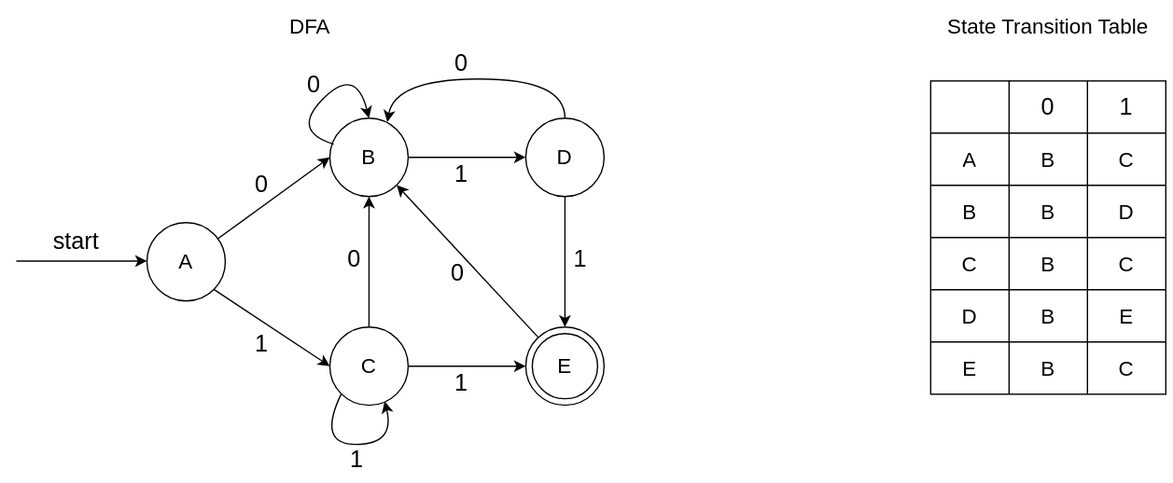
Earlier version of the draw.io export post/Implementation of a regular expression engine/image/hopcroft-0.svg (liuyunplus/yun-blog-builder). Source tidied: cells renumbered, new cells last; positions are measured from the earlier drawing's top-left corner, leaving out a move shared by most shapes. Its diagram source:
```xml
<mxGraphModel>
  <root>
    <mxCell id="0" />
    <mxCell id="1" parent="0" />
    <mxCell id="2" value="&lt;font style=&quot;font-size: 16px&quot;&gt;State Transition Table&lt;/font&gt;" style="text;html=1;strokeColor=none;fillColor=none;align=center;verticalAlign=middle;whiteSpace=wrap;rounded=0;sketch=0;" parent="1" vertex="1">
      <mxGeometry x="705" width="170" height="30" as="geometry" />
    </mxCell>
    <mxCell id="3" style="shape=table;html=1;whiteSpace=wrap;startSize=0;fontSize=16;" parent="1" vertex="1">
      <mxGeometry x="700" y="56.5" width="180" height="240" as="geometry" />
    </mxCell>
    <mxCell id="4" style="shape=partialRectangle;html=1;whiteSpace=wrap;fillColor=none;top=0;left=0;bottom=0;right=0;" parent="3" vertex="1">
      <mxGeometry width="180" height="40" as="geometry" />
    </mxCell>
    <mxCell id="5" style="shape=partialRectangle;html=1;whiteSpace=wrap;overflow=hidden;fillColor=none;top=0;left=0;bottom=0;right=0;" parent="4" vertex="1">
      <mxGeometry width="60" height="40" as="geometry" />
    </mxCell>
    <mxCell id="6" value="&lt;font style=&quot;font-size: 18px&quot;&gt;0&lt;/font&gt;" style="shape=partialRectangle;html=1;whiteSpace=wrap;overflow=hidden;fillColor=none;top=0;left=0;bottom=0;right=0;" parent="4" vertex="1">
      <mxGeometry x="60" width="60" height="40" as="geometry" />
    </mxCell>
    <mxCell id="7" value="&lt;font style=&quot;font-size: 18px&quot;&gt;1&lt;/font&gt;" style="shape=partialRectangle;html=1;whiteSpace=wrap;overflow=hidden;fillColor=none;top=0;left=0;bottom=0;right=0;" parent="4" vertex="1">
      <mxGeometry x="120" width="60" height="40" as="geometry" />
    </mxCell>
    <mxCell id="8" style="shape=partialRectangle;html=1;whiteSpace=wrap;fillColor=none;top=0;left=0;bottom=0;right=0;" parent="3" vertex="1">
      <mxGeometry y="40" width="180" height="40" as="geometry" />
    </mxCell>
    <mxCell id="9" value="A" style="shape=partialRectangle;html=1;whiteSpace=wrap;overflow=hidden;fillColor=none;top=0;left=0;bottom=0;right=0;fontSize=16;" parent="8" vertex="1">
      <mxGeometry width="60" height="40" as="geometry" />
    </mxCell>
    <mxCell id="10" value="B" style="shape=partialRectangle;html=1;whiteSpace=wrap;overflow=hidden;fillColor=none;top=0;left=0;bottom=0;right=0;fontSize=16;" parent="8" vertex="1">
      <mxGeometry x="60" width="60" height="40" as="geometry" />
    </mxCell>
    <mxCell id="11" value="C" style="shape=partialRectangle;html=1;whiteSpace=wrap;overflow=hidden;fillColor=none;top=0;left=0;bottom=0;right=0;fontSize=16;" parent="8" vertex="1">
      <mxGeometry x="120" width="60" height="40" as="geometry" />
    </mxCell>
    <mxCell id="12" style="shape=partialRectangle;html=1;whiteSpace=wrap;fillColor=none;top=0;left=0;bottom=0;right=0;" parent="3" vertex="1">
      <mxGeometry y="80" width="180" height="40" as="geometry" />
    </mxCell>
    <mxCell id="13" value="B" style="shape=partialRectangle;html=1;whiteSpace=wrap;overflow=hidden;fillColor=none;top=0;left=0;bottom=0;right=0;fontSize=16;" parent="12" vertex="1">
      <mxGeometry width="60" height="40" as="geometry" />
    </mxCell>
    <mxCell id="14" value="B" style="shape=partialRectangle;html=1;whiteSpace=wrap;overflow=hidden;fillColor=none;top=0;left=0;bottom=0;right=0;fontSize=16;" parent="12" vertex="1">
      <mxGeometry x="60" width="60" height="40" as="geometry" />
    </mxCell>
    <mxCell id="15" value="D" style="shape=partialRectangle;html=1;whiteSpace=wrap;overflow=hidden;fillColor=none;top=0;left=0;bottom=0;right=0;fontSize=16;" parent="12" vertex="1">
      <mxGeometry x="120" width="60" height="40" as="geometry" />
    </mxCell>
    <mxCell id="16" style="shape=partialRectangle;html=1;whiteSpace=wrap;fillColor=none;top=0;left=0;bottom=0;right=0;" parent="3" vertex="1">
      <mxGeometry y="120" width="180" height="40" as="geometry" />
    </mxCell>
    <mxCell id="17" value="C" style="shape=partialRectangle;html=1;whiteSpace=wrap;overflow=hidden;fillColor=none;top=0;left=0;bottom=0;right=0;fontSize=16;" parent="16" vertex="1">
      <mxGeometry width="60" height="40" as="geometry" />
    </mxCell>
    <mxCell id="18" value="B" style="shape=partialRectangle;html=1;whiteSpace=wrap;overflow=hidden;fillColor=none;top=0;left=0;bottom=0;right=0;fontSize=16;" parent="16" vertex="1">
      <mxGeometry x="60" width="60" height="40" as="geometry" />
    </mxCell>
    <mxCell id="19" value="C" style="shape=partialRectangle;html=1;whiteSpace=wrap;overflow=hidden;fillColor=none;top=0;left=0;bottom=0;right=0;fontSize=16;" parent="16" vertex="1">
      <mxGeometry x="120" width="60" height="40" as="geometry" />
    </mxCell>
    <mxCell id="20" style="shape=partialRectangle;html=1;whiteSpace=wrap;fillColor=none;top=0;left=0;bottom=0;right=0;" parent="3" vertex="1">
      <mxGeometry y="160" width="180" height="40" as="geometry" />
    </mxCell>
    <mxCell id="21" value="D" style="shape=partialRectangle;html=1;whiteSpace=wrap;overflow=hidden;fillColor=none;top=0;left=0;bottom=0;right=0;fontSize=16;" parent="20" vertex="1">
      <mxGeometry width="60" height="40" as="geometry" />
    </mxCell>
    <mxCell id="22" value="B" style="shape=partialRectangle;html=1;whiteSpace=wrap;overflow=hidden;fillColor=none;top=0;left=0;bottom=0;right=0;fontSize=16;" parent="20" vertex="1">
      <mxGeometry x="60" width="60" height="40" as="geometry" />
    </mxCell>
    <mxCell id="23" value="E" style="shape=partialRectangle;html=1;whiteSpace=wrap;overflow=hidden;fillColor=none;top=0;left=0;bottom=0;right=0;fontSize=16;" parent="20" vertex="1">
      <mxGeometry x="120" width="60" height="40" as="geometry" />
    </mxCell>
    <mxCell id="24" style="shape=partialRectangle;html=1;whiteSpace=wrap;fillColor=none;top=0;left=0;bottom=0;right=0;" parent="3" vertex="1">
      <mxGeometry y="200" width="180" height="40" as="geometry" />
    </mxCell>
    <mxCell id="25" value="E" style="shape=partialRectangle;html=1;whiteSpace=wrap;overflow=hidden;fillColor=none;top=0;left=0;bottom=0;right=0;fontSize=16;" parent="24" vertex="1">
      <mxGeometry width="60" height="40" as="geometry" />
    </mxCell>
    <mxCell id="26" value="B" style="shape=partialRectangle;html=1;whiteSpace=wrap;overflow=hidden;fillColor=none;top=0;left=0;bottom=0;right=0;fontSize=16;" parent="24" vertex="1">
      <mxGeometry x="60" width="60" height="40" as="geometry" />
    </mxCell>
    <mxCell id="27" value="C" style="shape=partialRectangle;html=1;whiteSpace=wrap;overflow=hidden;fillColor=none;top=0;left=0;bottom=0;right=0;fontSize=16;" parent="24" vertex="1">
      <mxGeometry x="120" width="60" height="40" as="geometry" />
    </mxCell>
    <mxCell id="28" value="&lt;span style=&quot;font-size: 16px&quot;&gt;DFA&lt;/span&gt;" style="text;html=1;strokeColor=none;fillColor=none;align=center;verticalAlign=middle;whiteSpace=wrap;rounded=0;sketch=0;" parent="1" vertex="1">
      <mxGeometry x="155" width="140" height="30" as="geometry" />
    </mxCell>
    <mxCell id="29" style="group;" parent="1" vertex="1">
      <mxGeometry y="30" width="450" height="329" as="geometry" />
    </mxCell>
    <mxCell id="30" style="endArrow=classic;html=1;" parent="29" edge="1">
      <mxGeometry relative="1" as="geometry">
        <mxPoint y="164.5" as="sourcePoint" />
        <mxPoint x="100" y="164.5" as="targetPoint" />
      </mxGeometry>
    </mxCell>
    <mxCell id="31" value="&lt;font style=&quot;font-size: 18px&quot;&gt;1&lt;/font&gt;" style="text;html=1;strokeColor=none;fillColor=none;align=center;verticalAlign=middle;whiteSpace=wrap;rounded=0;sketch=0;" parent="29" vertex="1">
      <mxGeometry x="246" y="304" width="30" height="25" as="geometry" />
    </mxCell>
    <mxCell id="32" value="&lt;font style=&quot;font-size: 16px&quot;&gt;A&lt;/font&gt;" style="ellipse;whiteSpace=wrap;html=1;" parent="29" vertex="1">
      <mxGeometry x="100" y="135" width="60" height="60" as="geometry" />
    </mxCell>
    <mxCell id="33" value="&lt;span style=&quot;font-size: 16px&quot;&gt;B&lt;/span&gt;" style="ellipse;whiteSpace=wrap;html=1;" parent="29" vertex="1">
      <mxGeometry x="240" y="55" width="60" height="60" as="geometry" />
    </mxCell>
    <mxCell id="34" style="rounded=0;jettySize=auto;html=1;entryX=0;entryY=0.5;entryDx=0;entryDy=0;" parent="29" edge="1" source="32" target="33">
      <mxGeometry x="100" as="geometry" />
    </mxCell>
    <mxCell id="35" style="edgeStyle=none;rounded=0;jettySize=auto;html=1;exitX=0.5;exitY=0;exitDx=0;exitDy=0;" parent="29" edge="1" source="36" target="33">
      <mxGeometry x="100" as="geometry" />
    </mxCell>
    <mxCell id="36" value="&lt;span style=&quot;font-size: 16px&quot;&gt;C&lt;/span&gt;" style="ellipse;whiteSpace=wrap;html=1;" parent="29" vertex="1">
      <mxGeometry x="240" y="215" width="60" height="60" as="geometry" />
    </mxCell>
    <mxCell id="37" style="edgeStyle=none;rounded=0;jettySize=auto;html=1;exitX=1;exitY=1;exitDx=0;exitDy=0;entryX=0;entryY=0.5;entryDx=0;entryDy=0;" parent="29" edge="1" source="32" target="36">
      <mxGeometry x="100" as="geometry" />
    </mxCell>
    <mxCell id="38" value="&lt;span style=&quot;font-size: 16px&quot;&gt;D&lt;/span&gt;" style="ellipse;whiteSpace=wrap;html=1;" parent="29" vertex="1">
      <mxGeometry x="390" y="55" width="60" height="60" as="geometry" />
    </mxCell>
    <mxCell id="39" style="edgeStyle=none;rounded=0;jettySize=auto;html=1;entryX=1;entryY=1;entryDx=0;entryDy=0;" parent="29" edge="1" source="40" target="33">
      <mxGeometry x="100" as="geometry" />
    </mxCell>
    <mxCell id="40" style="ellipse;whiteSpace=wrap;html=1;" parent="29" vertex="1">
      <mxGeometry x="390" y="215" width="60" height="60" as="geometry" />
    </mxCell>
    <mxCell id="41" value="&lt;span style=&quot;font-size: 16px&quot;&gt;E&lt;/span&gt;" style="ellipse;whiteSpace=wrap;html=1;" parent="29" vertex="1">
      <mxGeometry x="395" y="220" width="50" height="50" as="geometry" />
    </mxCell>
    <mxCell id="42" style="edgeStyle=none;rounded=0;jettySize=auto;html=1;entryX=0;entryY=0.5;entryDx=0;entryDy=0;" parent="29" edge="1" source="33" target="38">
      <mxGeometry x="100" as="geometry" />
    </mxCell>
    <mxCell id="43" style="endArrow=classic;html=1;exitX=0.5;exitY=0;exitDx=0;exitDy=0;entryX=0.733;entryY=0.05;entryDx=0;entryDy=0;curved=1;targetPerimeterSpacing=0;endSize=6;entryPerimeter=0;" parent="29" edge="1" source="38" target="33">
      <mxGeometry x="100" as="geometry">
        <Array as="points">
          <mxPoint x="420" y="25" />
          <mxPoint x="290" y="25" />
        </Array>
      </mxGeometry>
    </mxCell>
    <mxCell id="44" style="edgeStyle=none;rounded=0;jettySize=auto;html=1;exitX=1;exitY=0.5;exitDx=0;exitDy=0;entryX=0;entryY=0.5;entryDx=0;entryDy=0;" parent="29" edge="1" source="36" target="40">
      <mxGeometry x="100" as="geometry" />
    </mxCell>
    <mxCell id="45" style="curved=1;endArrow=classic;html=1;exitX=0;exitY=1;exitDx=0;exitDy=0;entryX=0.7;entryY=0.95;entryDx=0;entryDy=0;entryPerimeter=0;" parent="29" edge="1" source="36" target="36">
      <mxGeometry x="100" as="geometry">
        <Array as="points">
          <mxPoint x="230" y="305" />
          <mxPoint x="290" y="305" />
        </Array>
      </mxGeometry>
    </mxCell>
    <mxCell id="46" style="edgeStyle=none;rounded=0;jettySize=auto;html=1;entryX=0.5;entryY=0;entryDx=0;entryDy=0;" parent="29" edge="1" source="38" target="40">
      <mxGeometry x="100" as="geometry" />
    </mxCell>
    <mxCell id="47" style="curved=1;endArrow=classic;html=1;entryX=0.5;entryY=0;entryDx=0;entryDy=0;entryPerimeter=0;exitX=0.05;exitY=0.333;exitDx=0;exitDy=0;exitPerimeter=0;" parent="29" edge="1" source="33" target="33">
      <mxGeometry x="100" as="geometry">
        <Array as="points">
          <mxPoint x="210" y="65" />
          <mxPoint x="260" y="15" />
        </Array>
      </mxGeometry>
    </mxCell>
    <mxCell id="48" value="&lt;font style=&quot;font-size: 18px&quot;&gt;1&lt;/font&gt;" style="text;html=1;strokeColor=none;fillColor=none;align=center;verticalAlign=middle;whiteSpace=wrap;rounded=0;sketch=0;" parent="29" vertex="1">
      <mxGeometry x="173" y="215" width="30" height="25" as="geometry" />
    </mxCell>
    <mxCell id="49" value="&lt;span style=&quot;font-size: 18px&quot;&gt;0&lt;/span&gt;" style="text;html=1;strokeColor=none;fillColor=none;align=center;verticalAlign=middle;whiteSpace=wrap;rounded=0;sketch=0;" parent="29" vertex="1">
      <mxGeometry x="173" y="93" width="30" height="25" as="geometry" />
    </mxCell>
    <mxCell id="50" value="&lt;span style=&quot;font-size: 18px&quot;&gt;0&lt;/span&gt;" style="text;html=1;strokeColor=none;fillColor=none;align=center;verticalAlign=middle;whiteSpace=wrap;rounded=0;sketch=0;" parent="29" vertex="1">
      <mxGeometry x="244" y="150.5" width="30" height="25" as="geometry" />
    </mxCell>
    <mxCell id="51" value="&lt;span style=&quot;font-size: 18px&quot;&gt;0&lt;/span&gt;" style="text;html=1;strokeColor=none;fillColor=none;align=center;verticalAlign=middle;whiteSpace=wrap;rounded=0;sketch=0;" parent="29" vertex="1">
      <mxGeometry x="323" y="161" width="30" height="25" as="geometry" />
    </mxCell>
    <mxCell id="52" value="&lt;font style=&quot;font-size: 18px&quot;&gt;1&lt;/font&gt;" style="text;html=1;strokeColor=none;fillColor=none;align=center;verticalAlign=middle;whiteSpace=wrap;rounded=0;sketch=0;" parent="29" vertex="1">
      <mxGeometry x="326" y="245" width="30" height="25" as="geometry" />
    </mxCell>
    <mxCell id="53" value="&lt;font style=&quot;font-size: 18px&quot;&gt;1&lt;/font&gt;" style="text;html=1;strokeColor=none;fillColor=none;align=center;verticalAlign=middle;whiteSpace=wrap;rounded=0;sketch=0;" parent="29" vertex="1">
      <mxGeometry x="417" y="150.5" width="30" height="25" as="geometry" />
    </mxCell>
    <mxCell id="54" value="&lt;font style=&quot;font-size: 18px&quot;&gt;1&lt;/font&gt;" style="text;html=1;strokeColor=none;fillColor=none;align=center;verticalAlign=middle;whiteSpace=wrap;rounded=0;sketch=0;" parent="29" vertex="1">
      <mxGeometry x="326" y="85" width="30" height="25" as="geometry" />
    </mxCell>
    <mxCell id="55" value="&lt;span style=&quot;font-size: 18px&quot;&gt;0&lt;/span&gt;" style="text;html=1;strokeColor=none;fillColor=none;align=center;verticalAlign=middle;whiteSpace=wrap;rounded=0;sketch=0;" parent="29" vertex="1">
      <mxGeometry x="326" width="30" height="25" as="geometry" />
    </mxCell>
    <mxCell id="56" value="&lt;span style=&quot;font-size: 18px&quot;&gt;0&lt;/span&gt;" style="text;html=1;strokeColor=none;fillColor=none;align=center;verticalAlign=middle;whiteSpace=wrap;rounded=0;sketch=0;" parent="29" vertex="1">
      <mxGeometry x="213" y="17" width="30" height="25" as="geometry" />
    </mxCell>
    <mxCell id="57" value="&lt;font style=&quot;font-size: 18px&quot;&gt;start&lt;/font&gt;" style="text;html=1;strokeColor=none;fillColor=none;align=center;verticalAlign=middle;whiteSpace=wrap;rounded=0;" parent="29" vertex="1">
      <mxGeometry x="26" y="135" width="40" height="30" as="geometry" />
    </mxCell>
  </root>
</mxGraphModel>
```
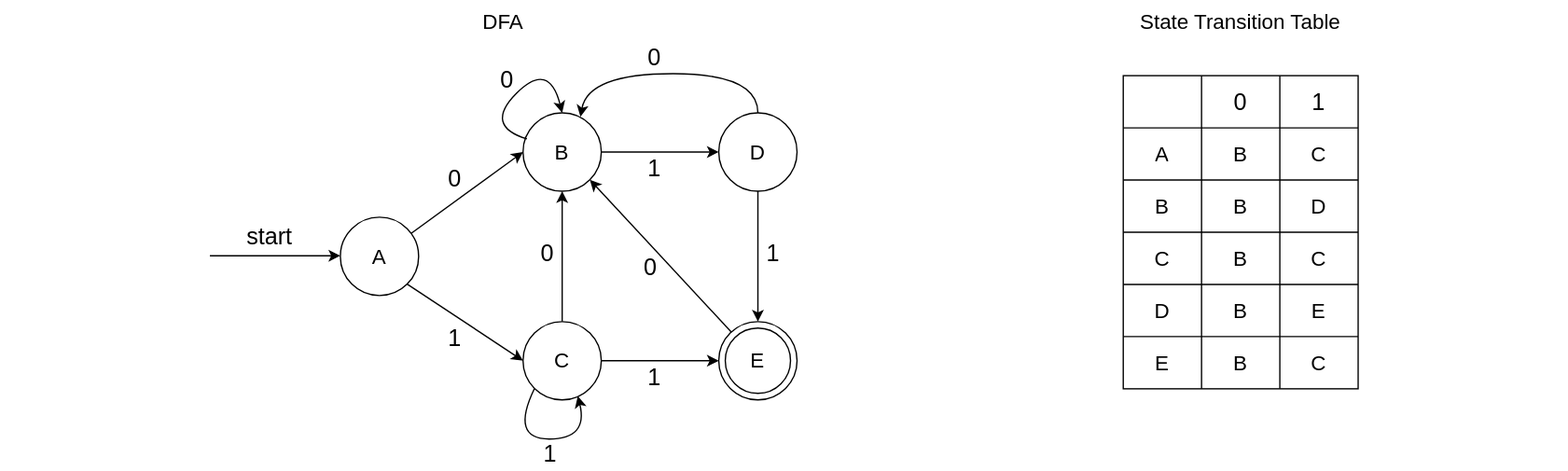
After the change.

The edit, as a diff of the source:
```diff
@@ -2,10 +2,16 @@
   <root>
     <mxCell id="0" />
     <mxCell id="1" parent="0" />
+    <mxCell id="58" style="rounded=0;whiteSpace=wrap;html=1;strokeColor=none;" parent="1" vertex="1">
+      <mxGeometry x="-160" y="-0.5" width="1200" height="360" as="geometry" />
+    </mxCell>
+    <mxCell id="59" style="group;" parent="1" vertex="1">
+      <mxGeometry width="880" height="359" as="geometry" />
+    </mxCell>
-    <mxCell id="2" value="&lt;font style=&quot;font-size: 16px&quot;&gt;State Transition Table&lt;/font&gt;" style="text;html=1;strokeColor=none;fillColor=none;align=center;verticalAlign=middle;whiteSpace=wrap;rounded=0;sketch=0;" parent="1" vertex="1">
+    <mxCell id="2" value="&lt;font style=&quot;font-size: 16px&quot;&gt;State Transition Table&lt;/font&gt;" style="text;html=1;strokeColor=none;fillColor=none;align=center;verticalAlign=middle;whiteSpace=wrap;rounded=0;sketch=0;" parent="59" vertex="1">
       <mxGeometry x="705" width="170" height="30" as="geometry" />
     </mxCell>
-    <mxCell id="3" style="shape=table;html=1;whiteSpace=wrap;startSize=0;fontSize=16;" parent="1" vertex="1">
+    <mxCell id="3" style="shape=table;html=1;whiteSpace=wrap;startSize=0;fontSize=16;" parent="59" vertex="1">
       <mxGeometry x="700" y="56.5" width="180" height="240" as="geometry" />
     </mxCell>
     <mxCell id="4" style="shape=partialRectangle;html=1;whiteSpace=wrap;fillColor=none;top=0;left=0;bottom=0;right=0;" parent="3" vertex="1">
@@ -80,10 +86,10 @@
     <mxCell id="27" value="C" style="shape=partialRectangle;html=1;whiteSpace=wrap;overflow=hidden;fillColor=none;top=0;left=0;bottom=0;right=0;fontSize=16;" parent="24" vertex="1">
       <mxGeometry x="120" width="60" height="40" as="geometry" />
     </mxCell>
-    <mxCell id="28" value="&lt;span style=&quot;font-size: 16px&quot;&gt;DFA&lt;/span&gt;" style="text;html=1;strokeColor=none;fillColor=none;align=center;verticalAlign=middle;whiteSpace=wrap;rounded=0;sketch=0;" parent="1" vertex="1">
+    <mxCell id="28" value="&lt;span style=&quot;font-size: 16px&quot;&gt;DFA&lt;/span&gt;" style="text;html=1;strokeColor=none;fillColor=none;align=center;verticalAlign=middle;whiteSpace=wrap;rounded=0;sketch=0;" parent="59" vertex="1">
       <mxGeometry x="155" width="140" height="30" as="geometry" />
     </mxCell>
-    <mxCell id="29" style="group;" parent="1" vertex="1">
+    <mxCell id="29" style="group;" parent="59" vertex="1">
       <mxGeometry y="30" width="450" height="329" as="geometry" />
     </mxCell>
     <mxCell id="30" style="endArrow=classic;html=1;" parent="29" edge="1">
```
